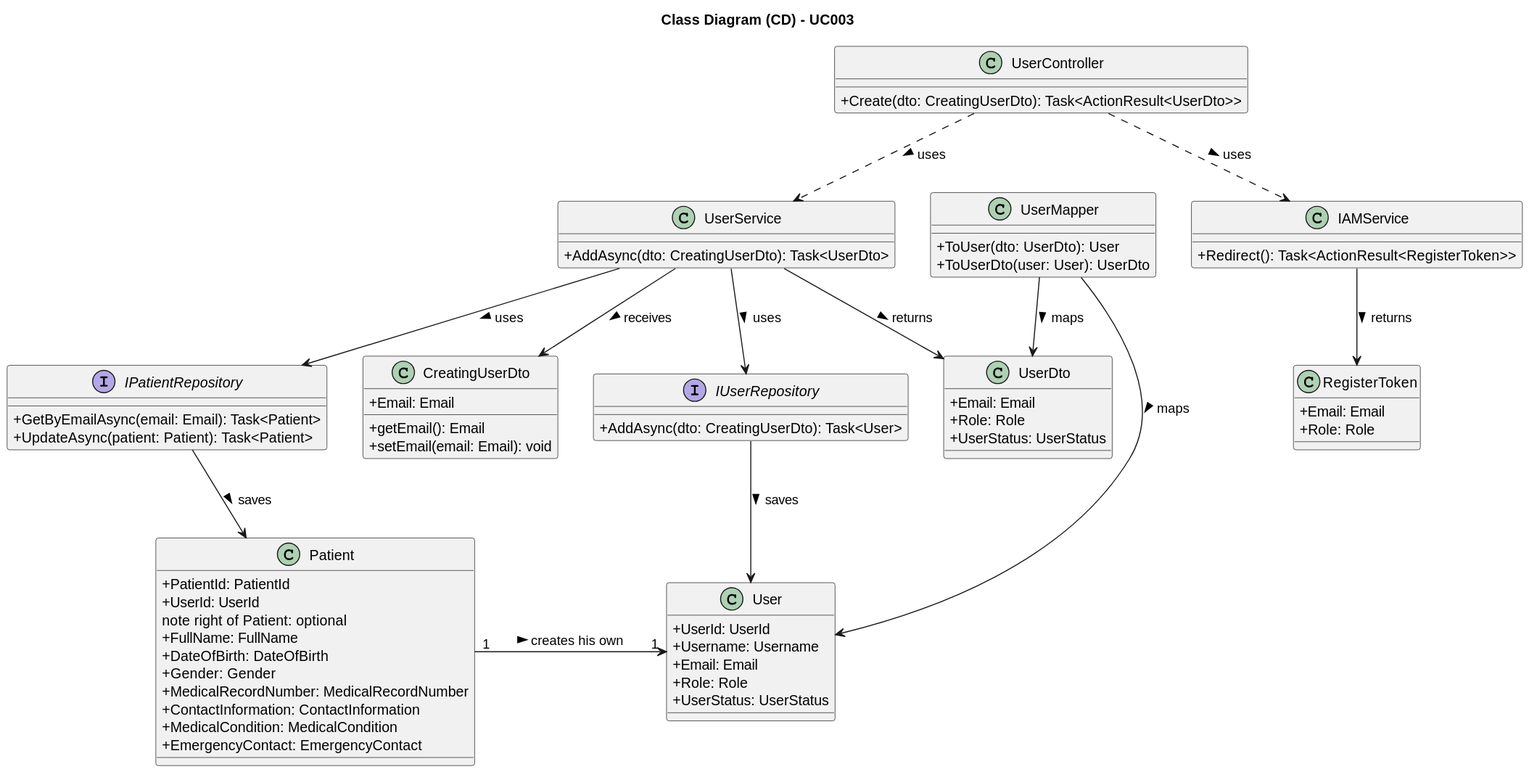
Above: docs/SprintA/UseCases/UC003/03.design/svg/uc003-class-diagram.svg in 1221124/sem5pi-24-25-g031 (PlantUML), before the change.
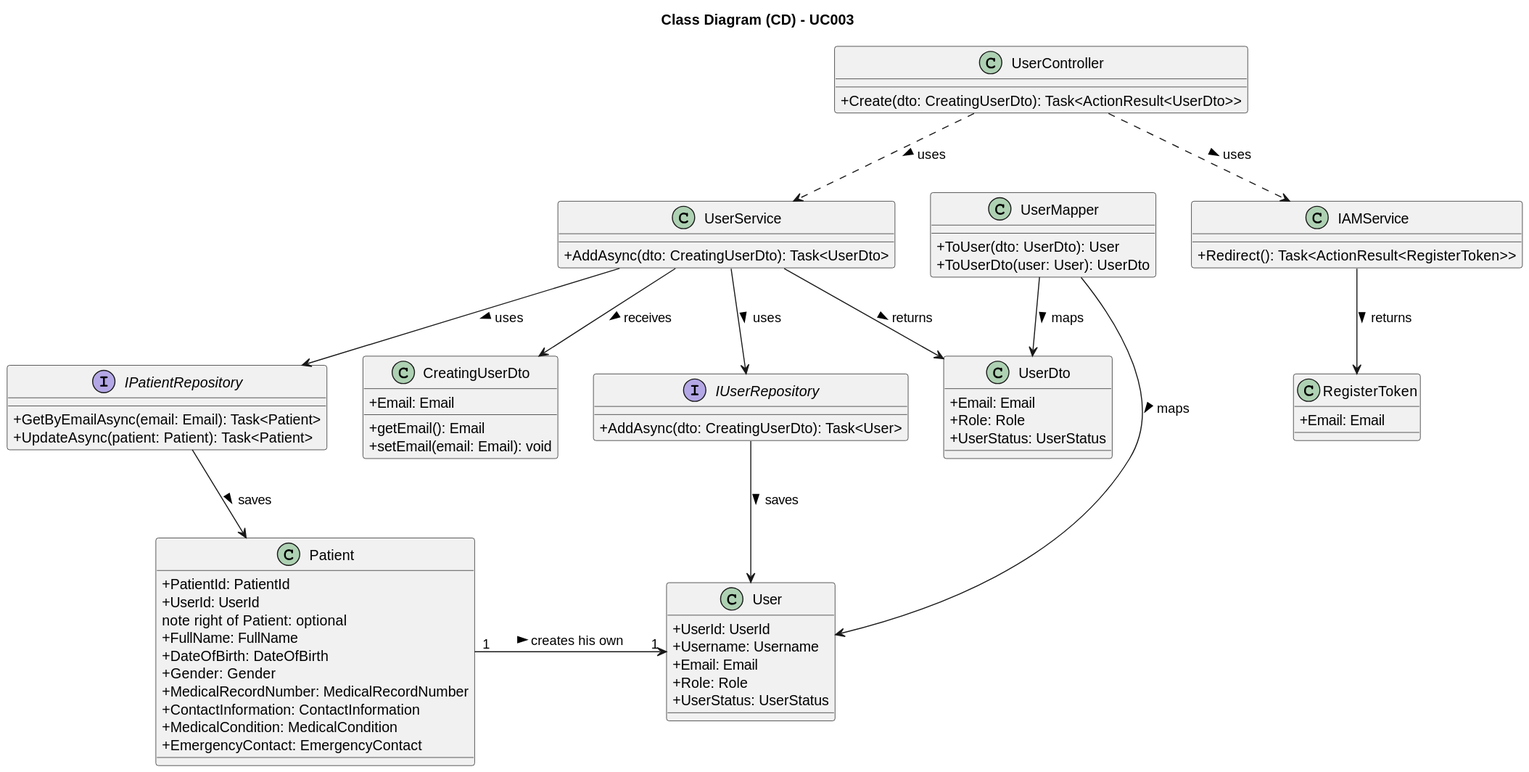
Later version of the same file.

Diff of the diagram source:
```diff
@@ -20,7 +20,6 @@
 
 class RegisterToken {
     +Email: Email
-    +Role: Role
 }
 
 interface IPatientRepository {
```
